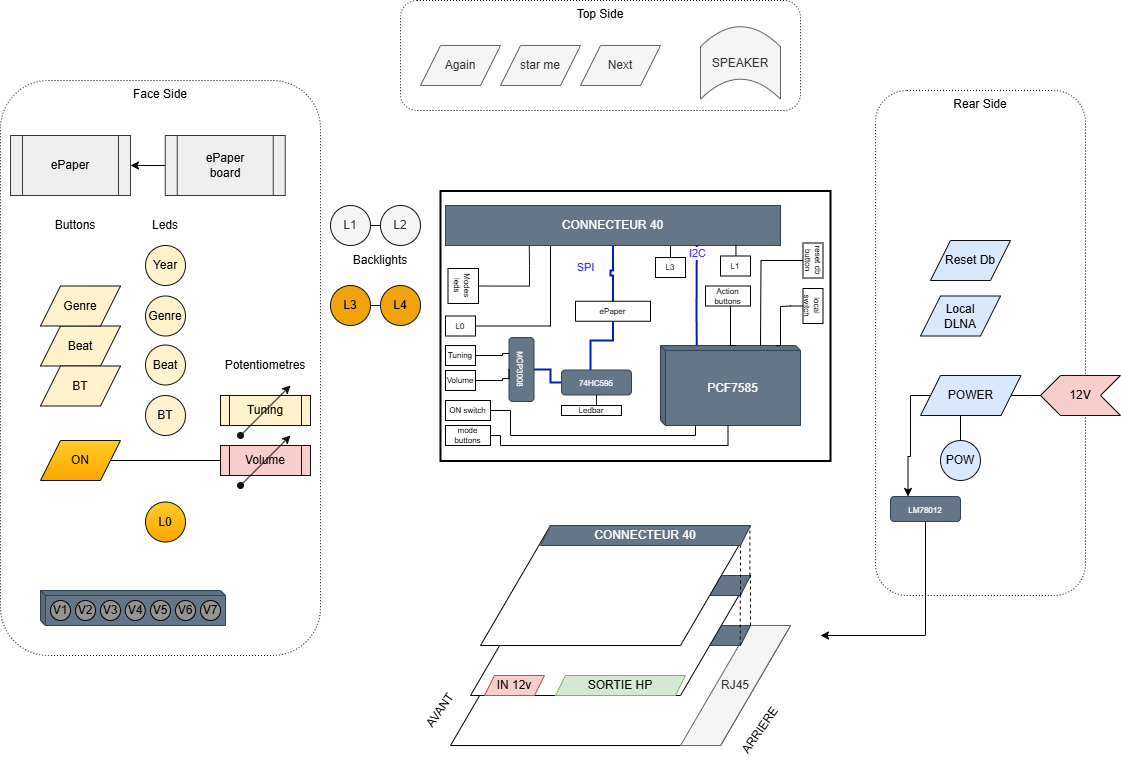
Above: hardware/Extension boards/Extension_board.drawio.png in Sphinkie/VintageRadio (draw.io), before the change. Source tidied: cells renumbered, new cells last; positions are measured from the earlier drawing's top-left corner, leaving out a move shared by most shapes.
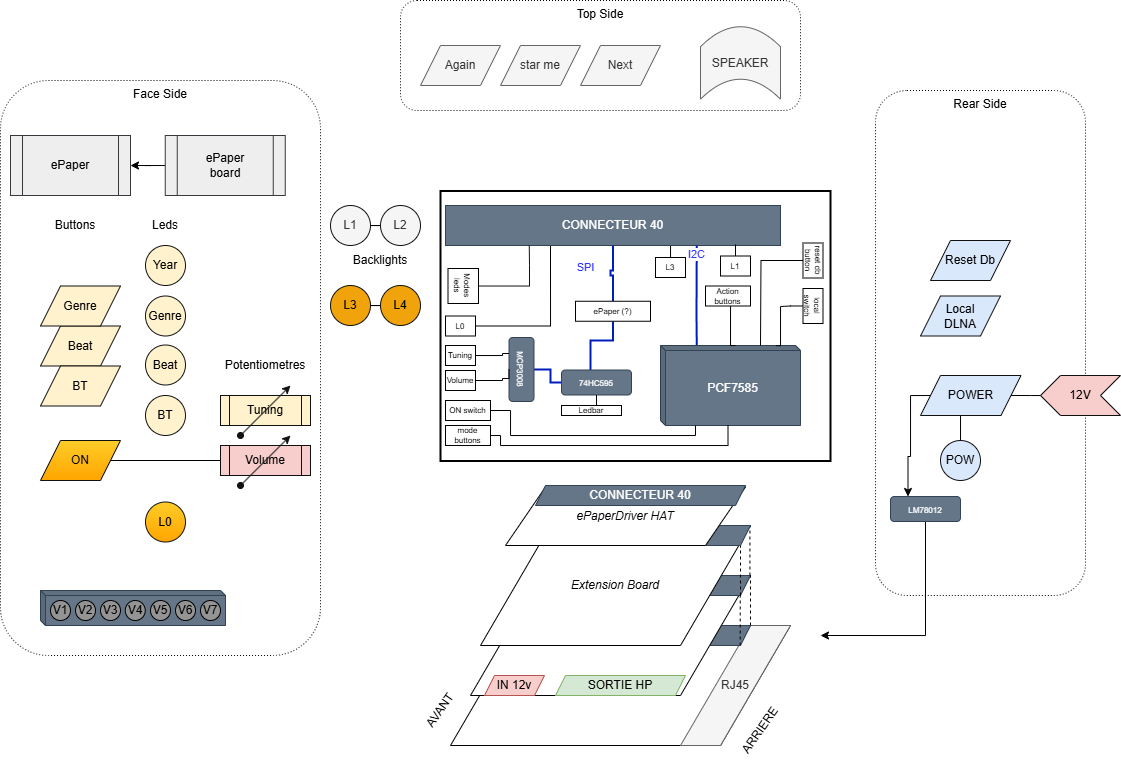
Later version of the same file.

What changed in the source:
```diff
@@ -53,7 +53,7 @@
         <mxPoint x="739.7" y="595" as="targetPoint" />
       </mxGeometry>
     </mxCell>
-    <mxCell id="16" style="shape=parallelogram;perimeter=parallelogramPerimeter;whiteSpace=wrap;html=1;fixedSize=1;size=70;" parent="1" vertex="1">
+    <mxCell id="16" value="&lt;i&gt;Extension Board&lt;/i&gt;" style="shape=parallelogram;perimeter=parallelogramPerimeter;whiteSpace=wrap;html=1;fixedSize=1;size=70;" parent="1" vertex="1">
       <mxGeometry x="480" y="525" width="270" height="120" as="geometry" />
     </mxCell>
     <mxCell id="17" style="endArrow=none;dashed=1;html=1;rounded=0;" parent="1" edge="1">
@@ -240,7 +240,7 @@
         <mxPoint x="-27" y="-17" as="offset" />
       </mxGeometry>
     </mxCell>
-    <mxCell id="59" value="ePaper" style="rounded=0;whiteSpace=wrap;html=1;fontSize=8;rotation=0;" parent="1" vertex="1">
+    <mxCell id="59" value="ePaper (?)" style="rounded=0;whiteSpace=wrap;html=1;fontSize=8;rotation=0;" parent="1" vertex="1">
       <mxGeometry x="575" y="300.8" width="75" height="20" as="geometry" />
     </mxCell>
     <mxCell id="60" style="endArrow=none;html=1;rounded=0;exitX=0.75;exitY=1;exitDx=0;exitDy=0;fillColor=#0050ef;strokeColor=#001DBC;strokeWidth=2;entryX=0.259;entryY=-0.005;entryDx=0;entryDy=0;entryPerimeter=0;" parent="1" edge="1" source="49" target="48">
@@ -444,5 +444,11 @@
         </Array>
       </mxGeometry>
     </mxCell>
+    <mxCell id="109" value="&lt;i&gt;ePaperDriver HAT&lt;/i&gt;" style="shape=parallelogram;perimeter=parallelogramPerimeter;whiteSpace=wrap;html=1;fixedSize=1;size=40;" parent="1" vertex="1">
+      <mxGeometry x="505" y="486.5" width="240" height="58.5" as="geometry" />
+    </mxCell>
+    <mxCell id="110" value="CONNECTEUR 40" style="shape=parallelogram;perimeter=parallelogramPerimeter;whiteSpace=wrap;html=1;fixedSize=1;size=10;fillColor=#647687;fontColor=#ffffff;strokeColor=#314354;" parent="1" vertex="1">
+      <mxGeometry x="535" y="485" width="210" height="20" as="geometry" />
+    </mxCell>
   </root>
 </mxGraphModel>
```
